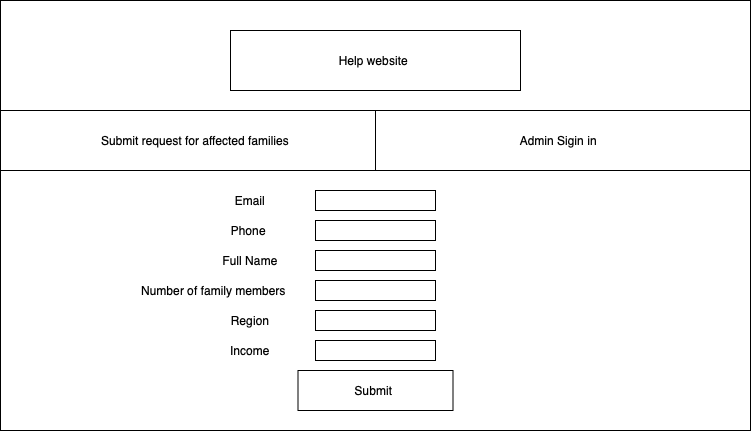
AmirahAlmani/Help_website keeps this draw.io diagram as help_website/imgs/submit_requist_page.png. Above is the earlier version. Source tidied: cells renumbered, new cells last; positions are measured from the earlier drawing's top-left corner, leaving out a move shared by most shapes. Source of this version:
```xml
<mxGraphModel>
  <root>
    <mxCell id="0" />
    <mxCell id="1" parent="0" />
    <mxCell id="2" style="rounded=0;whiteSpace=wrap;html=1;" parent="1" vertex="1">
      <mxGeometry width="750" height="430" as="geometry" />
    </mxCell>
    <mxCell id="3" style="rounded=0;whiteSpace=wrap;html=1;" parent="1" vertex="1">
      <mxGeometry x="230" y="30" width="290" height="60" as="geometry" />
    </mxCell>
    <mxCell id="4" value="Help website&amp;nbsp;" style="text;html=1;strokeColor=none;fillColor=none;align=center;verticalAlign=middle;whiteSpace=wrap;rounded=0;" parent="1" vertex="1">
      <mxGeometry x="250" y="50" width="250" height="20" as="geometry" />
    </mxCell>
    <mxCell id="5" style="rounded=0;whiteSpace=wrap;html=1;" parent="1" vertex="1">
      <mxGeometry y="110" width="750" height="60" as="geometry" />
    </mxCell>
    <mxCell id="6" style="endArrow=none;html=1;entryX=0.5;entryY=0;entryDx=0;entryDy=0;exitX=0.5;exitY=1;exitDx=0;exitDy=0;" parent="1" edge="1" source="5" target="5">
      <mxGeometry relative="1" as="geometry" />
    </mxCell>
    <mxCell id="7" value="Admin Sigin in&amp;nbsp;" style="text;html=1;strokeColor=none;fillColor=none;align=center;verticalAlign=middle;whiteSpace=wrap;rounded=0;" parent="1" vertex="1">
      <mxGeometry x="480" y="130" width="160" height="20" as="geometry" />
    </mxCell>
    <mxCell id="8" value="Submit request for affected families" style="text;html=1;strokeColor=none;fillColor=none;align=center;verticalAlign=middle;whiteSpace=wrap;rounded=0;" parent="1" vertex="1">
      <mxGeometry x="80" y="130" width="230" height="20" as="geometry" />
    </mxCell>
    <mxCell id="9" style="rounded=0;whiteSpace=wrap;html=1;" parent="1" vertex="1">
      <mxGeometry x="315" y="190" width="120" height="20" as="geometry" />
    </mxCell>
    <mxCell id="10" style="rounded=0;whiteSpace=wrap;html=1;" parent="1" vertex="1">
      <mxGeometry x="315" y="220" width="120" height="20" as="geometry" />
    </mxCell>
    <mxCell id="11" style="rounded=0;whiteSpace=wrap;html=1;" parent="1" vertex="1">
      <mxGeometry x="315" y="250" width="120" height="20" as="geometry" />
    </mxCell>
    <mxCell id="12" style="rounded=0;whiteSpace=wrap;html=1;" parent="1" vertex="1">
      <mxGeometry x="315" y="280" width="120" height="20" as="geometry" />
    </mxCell>
    <mxCell id="13" style="rounded=0;whiteSpace=wrap;html=1;" parent="1" vertex="1">
      <mxGeometry x="315" y="310" width="120" height="20" as="geometry" />
    </mxCell>
    <mxCell id="14" value="Email" style="text;html=1;strokeColor=none;fillColor=none;align=center;verticalAlign=middle;whiteSpace=wrap;rounded=0;" parent="1" vertex="1">
      <mxGeometry x="210" y="190" width="80" height="20" as="geometry" />
    </mxCell>
    <mxCell id="15" value="Phone&amp;nbsp;&lt;span style=&quot;color: rgba(0 , 0 , 0 , 0) ; font-family: monospace ; font-size: 0px ; white-space: nowrap&quot;&gt;%3CmxGraphModel%3E%3Croot%3E%3CmxCell%20id%3D%220%22%2F%3E%3CmxCell%20id%3D%221%22%20parent%3D%220%22%2F%3E%3CmxCell%20id%3D%222%22%20value%3D%22Email%22%20style%3D%22text%3Bhtml%3D1%3BstrokeColor%3Dnone%3BfillColor%3Dnone%3Balign%3Dcenter%3BverticalAlign%3Dmiddle%3BwhiteSpace%3Dwrap%3Brounded%3D0%3B%22%20vertex%3D%221%22%20parent%3D%221%22%3E%3CmxGeometry%20x%3D%22280%22%20y%3D%22260%22%20width%3D%2280%22%20height%3D%2220%22%20as%3D%22geometry%22%2F%3E%3C%2FmxCell%3E%3C%2Froot%3E%3C%2FmxGraphModel%3E&lt;/span&gt;" style="text;html=1;strokeColor=none;fillColor=none;align=center;verticalAlign=middle;whiteSpace=wrap;rounded=0;" parent="1" vertex="1">
      <mxGeometry x="210" y="220" width="80" height="20" as="geometry" />
    </mxCell>
    <mxCell id="16" value="Full Name" style="text;html=1;strokeColor=none;fillColor=none;align=center;verticalAlign=middle;whiteSpace=wrap;rounded=0;" parent="1" vertex="1">
      <mxGeometry x="210" y="250" width="80" height="20" as="geometry" />
    </mxCell>
    <mxCell id="17" value="Number of family members&amp;nbsp;" style="text;html=1;strokeColor=none;fillColor=none;align=center;verticalAlign=middle;whiteSpace=wrap;rounded=0;" parent="1" vertex="1">
      <mxGeometry x="140" y="280" width="150" height="20" as="geometry" />
    </mxCell>
    <mxCell id="18" value="Region" style="text;html=1;strokeColor=none;fillColor=none;align=center;verticalAlign=middle;whiteSpace=wrap;rounded=0;" parent="1" vertex="1">
      <mxGeometry x="210" y="310" width="80" height="20" as="geometry" />
    </mxCell>
    <mxCell id="19" style="rounded=0;whiteSpace=wrap;html=1;" parent="1" vertex="1">
      <mxGeometry x="315" y="340" width="120" height="20" as="geometry" />
    </mxCell>
    <mxCell id="20" value="Income" style="text;html=1;strokeColor=none;fillColor=none;align=center;verticalAlign=middle;whiteSpace=wrap;rounded=0;" parent="1" vertex="1">
      <mxGeometry x="210" y="340" width="80" height="20" as="geometry" />
    </mxCell>
    <mxCell id="21" style="rounded=0;whiteSpace=wrap;html=1;" parent="1" vertex="1">
      <mxGeometry x="297.5" y="370" width="155" height="40" as="geometry" />
    </mxCell>
    <mxCell id="22" value="Submit&amp;nbsp;" style="text;html=1;strokeColor=none;fillColor=none;align=center;verticalAlign=middle;whiteSpace=wrap;rounded=0;" parent="1" vertex="1">
      <mxGeometry x="355" y="380" width="40" height="20" as="geometry" />
    </mxCell>
  </root>
</mxGraphModel>
```
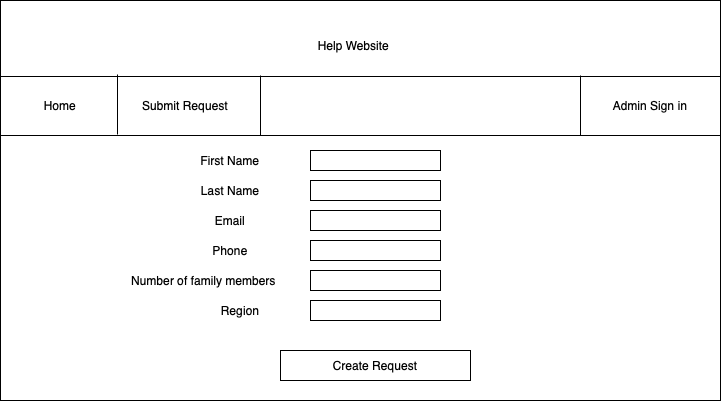
Later version of the same file.

Diff of the diagram source:
```diff
@@ -2,68 +2,92 @@
   <root>
     <mxCell id="0" />
     <mxCell id="1" parent="0" />
-    <mxCell id="2" style="rounded=0;whiteSpace=wrap;html=1;" parent="1" vertex="1">
-      <mxGeometry width="750" height="430" as="geometry" />
-    </mxCell>
-    <mxCell id="3" style="rounded=0;whiteSpace=wrap;html=1;" parent="1" vertex="1">
-      <mxGeometry x="230" y="30" width="290" height="60" as="geometry" />
-    </mxCell>
-    <mxCell id="4" value="Help website&amp;nbsp;" style="text;html=1;strokeColor=none;fillColor=none;align=center;verticalAlign=middle;whiteSpace=wrap;rounded=0;" parent="1" vertex="1">
-      <mxGeometry x="250" y="50" width="250" height="20" as="geometry" />
-    </mxCell>
-    <mxCell id="5" style="rounded=0;whiteSpace=wrap;html=1;" parent="1" vertex="1">
-      <mxGeometry y="110" width="750" height="60" as="geometry" />
-    </mxCell>
-    <mxCell id="6" style="endArrow=none;html=1;entryX=0.5;entryY=0;entryDx=0;entryDy=0;exitX=0.5;exitY=1;exitDx=0;exitDy=0;" parent="1" edge="1" source="5" target="5">
-      <mxGeometry relative="1" as="geometry" />
-    </mxCell>
-    <mxCell id="7" value="Admin Sigin in&amp;nbsp;" style="text;html=1;strokeColor=none;fillColor=none;align=center;verticalAlign=middle;whiteSpace=wrap;rounded=0;" parent="1" vertex="1">
-      <mxGeometry x="480" y="130" width="160" height="20" as="geometry" />
-    </mxCell>
-    <mxCell id="8" value="Submit request for affected families" style="text;html=1;strokeColor=none;fillColor=none;align=center;verticalAlign=middle;whiteSpace=wrap;rounded=0;" parent="1" vertex="1">
-      <mxGeometry x="80" y="130" width="230" height="20" as="geometry" />
-    </mxCell>
-    <mxCell id="9" style="rounded=0;whiteSpace=wrap;html=1;" parent="1" vertex="1">
-      <mxGeometry x="315" y="190" width="120" height="20" as="geometry" />
-    </mxCell>
-    <mxCell id="10" style="rounded=0;whiteSpace=wrap;html=1;" parent="1" vertex="1">
-      <mxGeometry x="315" y="220" width="120" height="20" as="geometry" />
-    </mxCell>
-    <mxCell id="11" style="rounded=0;whiteSpace=wrap;html=1;" parent="1" vertex="1">
-      <mxGeometry x="315" y="250" width="120" height="20" as="geometry" />
-    </mxCell>
-    <mxCell id="12" style="rounded=0;whiteSpace=wrap;html=1;" parent="1" vertex="1">
-      <mxGeometry x="315" y="280" width="120" height="20" as="geometry" />
-    </mxCell>
-    <mxCell id="13" style="rounded=0;whiteSpace=wrap;html=1;" parent="1" vertex="1">
-      <mxGeometry x="315" y="310" width="120" height="20" as="geometry" />
-    </mxCell>
+    <mxCell id="23" style="rounded=0;whiteSpace=wrap;html=1;" parent="1" vertex="1">
+      <mxGeometry x="10" y="10" width="720" height="400" as="geometry" />
+    </mxCell>
+    <mxCell id="24" style="endArrow=none;html=1;exitX=0;exitY=0.25;exitDx=0;exitDy=0;entryX=1;entryY=0.25;entryDx=0;entryDy=0;" parent="1" edge="1">
+      <mxGeometry relative="1" as="geometry">
+        <mxPoint x="10" y="86" as="sourcePoint" />
+        <mxPoint x="730" y="86" as="targetPoint" />
+      </mxGeometry>
+    </mxCell>
+    <mxCell id="25" style="endArrow=none;html=1;exitX=0;exitY=0.25;exitDx=0;exitDy=0;entryX=1;entryY=0.25;entryDx=0;entryDy=0;" parent="1" edge="1">
+      <mxGeometry relative="1" as="geometry">
+        <mxPoint x="10" y="145" as="sourcePoint" />
+        <mxPoint x="730" y="145" as="targetPoint" />
+      </mxGeometry>
+    </mxCell>
+    <mxCell id="26" value="Help Website&amp;nbsp;" style="text;html=1;strokeColor=none;fillColor=none;align=center;verticalAlign=middle;whiteSpace=wrap;rounded=0;" parent="1" vertex="1">
+      <mxGeometry x="230" y="30" width="270" height="50" as="geometry" />
+    </mxCell>
+    <mxCell id="27" style="endArrow=none;html=1;" parent="1" edge="1">
+      <mxGeometry relative="1" as="geometry">
+        <mxPoint x="127" y="144" as="sourcePoint" />
+        <mxPoint x="127" y="84" as="targetPoint" />
+      </mxGeometry>
+    </mxCell>
+    <mxCell id="28" value="Home" style="text;html=1;strokeColor=none;fillColor=none;align=center;verticalAlign=middle;whiteSpace=wrap;rounded=0;" parent="1" vertex="1">
+      <mxGeometry x="30" y="100" width="80" height="30" as="geometry" />
+    </mxCell>
+    <mxCell id="29" style="endArrow=none;html=1;" parent="1" edge="1">
+      <mxGeometry relative="1" as="geometry">
+        <mxPoint x="270" y="145" as="sourcePoint" />
+        <mxPoint x="270" y="85" as="targetPoint" />
+      </mxGeometry>
+    </mxCell>
+    <mxCell id="30" value="Submit Request" style="text;html=1;strokeColor=none;fillColor=none;align=center;verticalAlign=middle;whiteSpace=wrap;rounded=0;" parent="1" vertex="1">
+      <mxGeometry x="140" y="100" width="110" height="30" as="geometry" />
+    </mxCell>
+    <mxCell id="31" style="endArrow=none;html=1;" parent="1" edge="1">
+      <mxGeometry relative="1" as="geometry">
+        <mxPoint x="590" y="145" as="sourcePoint" />
+        <mxPoint x="590" y="85" as="targetPoint" />
+      </mxGeometry>
+    </mxCell>
+    <mxCell id="32" value="Admin Sign in" style="text;html=1;strokeColor=none;fillColor=none;align=center;verticalAlign=middle;whiteSpace=wrap;rounded=0;" parent="1" vertex="1">
+      <mxGeometry x="600" y="100" width="120" height="30" as="geometry" />
+    </mxCell>
+    <mxCell id="33" style="rounded=0;whiteSpace=wrap;html=1;" parent="1" vertex="1">
+      <mxGeometry x="320" y="160" width="130" height="20" as="geometry" />
+    </mxCell>
+    <mxCell id="34" style="rounded=0;whiteSpace=wrap;html=1;" parent="1" vertex="1">
+      <mxGeometry x="320" y="190" width="130" height="20" as="geometry" />
+    </mxCell>
+    <mxCell id="35" style="rounded=0;whiteSpace=wrap;html=1;" parent="1" vertex="1">
+      <mxGeometry x="320" y="220" width="130" height="20" as="geometry" />
+    </mxCell>
+    <mxCell id="36" style="rounded=0;whiteSpace=wrap;html=1;" parent="1" vertex="1">
+      <mxGeometry x="320" y="250" width="130" height="20" as="geometry" />
+    </mxCell>
+    <mxCell id="37" style="rounded=0;whiteSpace=wrap;html=1;" parent="1" vertex="1">
+      <mxGeometry x="320" y="280" width="130" height="20" as="geometry" />
+    </mxCell>
+    <mxCell id="38" style="rounded=0;whiteSpace=wrap;html=1;" parent="1" vertex="1">
+      <mxGeometry x="320" y="310" width="130" height="20" as="geometry" />
+    </mxCell>
+    <mxCell id="39" value="First Name" style="text;html=1;strokeColor=none;fillColor=none;align=center;verticalAlign=middle;whiteSpace=wrap;rounded=0;" parent="1" vertex="1">
+      <mxGeometry x="190" y="160" width="100" height="20" as="geometry" />
+    </mxCell>
+    <mxCell id="40" value="Last Name" style="text;html=1;strokeColor=none;fillColor=none;align=center;verticalAlign=middle;whiteSpace=wrap;rounded=0;" parent="1" vertex="1">
+      <mxGeometry x="190" y="190" width="100" height="20" as="geometry" />
+    </mxCell>
+    <mxCell id="17" value="Number of family members&amp;nbsp;" style="text;html=1;strokeColor=none;fillColor=none;align=center;verticalAlign=middle;whiteSpace=wrap;rounded=0;" parent="1" vertex="1">
+      <mxGeometry x="140" y="280" width="150" height="20" as="geometry" />
+    </mxCell>
     <mxCell id="14" value="Email" style="text;html=1;strokeColor=none;fillColor=none;align=center;verticalAlign=middle;whiteSpace=wrap;rounded=0;" parent="1" vertex="1">
-      <mxGeometry x="210" y="190" width="80" height="20" as="geometry" />
+      <mxGeometry x="190" y="220" width="100" height="20" as="geometry" />
     </mxCell>
-    <mxCell id="15" value="Phone&amp;nbsp;&lt;span style=&quot;color: rgba(0 , 0 , 0 , 0) ; font-family: monospace ; font-size: 0px ; white-space: nowrap&quot;&gt;%3CmxGraphModel%3E%3Croot%3E%3CmxCell%20id%3D%220%22%2F%3E%3CmxCell%20id%3D%221%22%20parent%3D%220%22%2F%3E%3CmxCell%20id%3D%222%22%20value%3D%22Email%22%20style%3D%22text%3Bhtml%3D1%3BstrokeColor%3Dnone%3BfillColor%3Dnone%3Balign%3Dcenter%3BverticalAlign%3Dmiddle%3BwhiteSpace%3Dwrap%3Brounded%3D0%3B%22%20vertex%3D%221%22%20parent%3D%221%22%3E%3CmxGeometry%20x%3D%22280%22%20y%3D%22260%22%20width%3D%2280%22%20height%3D%2220%22%20as%3D%22geometry%22%2F%3E%3C%2FmxCell%3E%3C%2Froot%3E%3C%2FmxGraphModel%3E&lt;/span&gt;" style="text;html=1;strokeColor=none;fillColor=none;align=center;verticalAlign=middle;whiteSpace=wrap;rounded=0;" parent="1" vertex="1">
-      <mxGeometry x="210" y="220" width="80" height="20" as="geometry" />
-    </mxCell>
-    <mxCell id="16" value="Full Name" style="text;html=1;strokeColor=none;fillColor=none;align=center;verticalAlign=middle;whiteSpace=wrap;rounded=0;" parent="1" vertex="1">
-      <mxGeometry x="210" y="250" width="80" height="20" as="geometry" />
-    </mxCell>
-    <mxCell id="17" value="Number of family members&amp;nbsp;" style="text;html=1;strokeColor=none;fillColor=none;align=center;verticalAlign=middle;whiteSpace=wrap;rounded=0;" parent="1" vertex="1">
-      <mxGeometry x="140" y="280" width="150" height="20" as="geometry" />
-    </mxCell>
+    <mxCell id="41" value="Phone" style="text;html=1;strokeColor=none;fillColor=none;align=center;verticalAlign=middle;whiteSpace=wrap;rounded=0;" parent="1" vertex="1">
+      <mxGeometry x="190" y="250" width="100" height="20" as="geometry" />
+    </mxCell>
     <mxCell id="18" value="Region" style="text;html=1;strokeColor=none;fillColor=none;align=center;verticalAlign=middle;whiteSpace=wrap;rounded=0;" parent="1" vertex="1">
-      <mxGeometry x="210" y="310" width="80" height="20" as="geometry" />
+      <mxGeometry x="200" y="310" width="100" height="20" as="geometry" />
     </mxCell>
-    <mxCell id="19" style="rounded=0;whiteSpace=wrap;html=1;" parent="1" vertex="1">
-      <mxGeometry x="315" y="340" width="120" height="20" as="geometry" />
-    </mxCell>
-    <mxCell id="20" value="Income" style="text;html=1;strokeColor=none;fillColor=none;align=center;verticalAlign=middle;whiteSpace=wrap;rounded=0;" parent="1" vertex="1">
-      <mxGeometry x="210" y="340" width="80" height="20" as="geometry" />
-    </mxCell>
-    <mxCell id="21" style="rounded=0;whiteSpace=wrap;html=1;" parent="1" vertex="1">
-      <mxGeometry x="297.5" y="370" width="155" height="40" as="geometry" />
-    </mxCell>
-    <mxCell id="22" value="Submit&amp;nbsp;" style="text;html=1;strokeColor=none;fillColor=none;align=center;verticalAlign=middle;whiteSpace=wrap;rounded=0;" parent="1" vertex="1">
-      <mxGeometry x="355" y="380" width="40" height="20" as="geometry" />
-    </mxCell>
+    <mxCell id="42" style="rounded=0;whiteSpace=wrap;html=1;" parent="1" vertex="1">
+      <mxGeometry x="290" y="360" width="190" height="30" as="geometry" />
+    </mxCell>
+    <mxCell id="43" value="Create Request" style="text;html=1;strokeColor=none;fillColor=none;align=center;verticalAlign=middle;whiteSpace=wrap;rounded=0;" parent="1" vertex="1">
+      <mxGeometry x="310" y="365" width="150" height="20" as="geometry" />
+    </mxCell>
   </root>
 </mxGraphModel>
```
